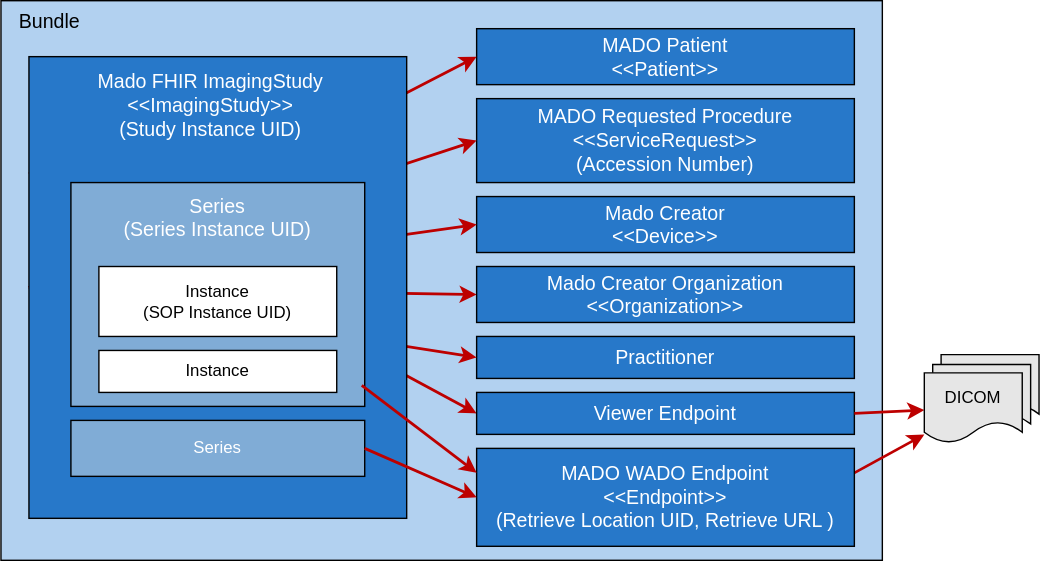
Before: input/images/fhir-manifest-overview.drawio.svg, a diagram exported from draw.io (IHE/RAD.MADO). Source tidied: cells renumbered, new cells last; positions are measured from the earlier drawing's top-left corner, leaving out a move shared by most shapes.
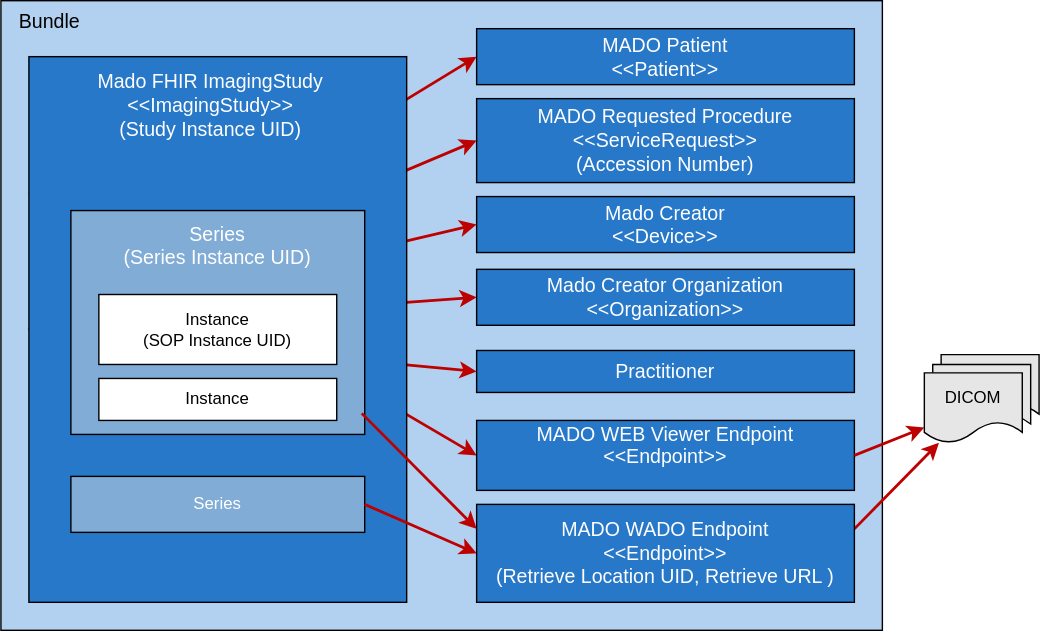
The same file after the commit.

Change to the diagram source:
```diff
@@ -3,7 +3,7 @@
     <mxCell id="0" />
     <mxCell id="1" parent="0" />
     <mxCell id="2" style="whiteSpace=wrap;html=1;fillColor=light-dark(#b2d1f0, #4c6e90);" parent="1" vertex="1">
-      <mxGeometry width="630" height="400" as="geometry" />
+      <mxGeometry width="630" height="450" as="geometry" />
     </mxCell>
     <mxCell id="3" style="endArrow=classic;html=1;strokeColor=#BD0000;strokeWidth=2;entryX=0;entryY=0.5;entryDx=0;entryDy=0;exitX=0;exitY=0.5;exitDx=0;exitDy=0;" parent="1" edge="1" source="22" target="31">
       <mxGeometry relative="1" as="geometry" />
@@ -36,10 +36,10 @@
       <mxGeometry relative="1" as="geometry" />
     </mxCell>
     <mxCell id="13" value="&lt;font style=&quot;color: rgb(255, 255, 255); font-size: 14px;&quot;&gt;MADO WADO Endpoint&lt;/font&gt;&lt;div&gt;&lt;font style=&quot;color: rgb(255, 255, 255); font-size: 14px;&quot;&gt;&amp;lt;&amp;lt;Endpoint&amp;gt;&amp;gt;&lt;/font&gt;&lt;div&gt;&lt;div&gt;&lt;font style=&quot;color: rgb(255, 255, 255); font-size: 14px;&quot;&gt;(Retrieve Location UID, Retrieve URL )&lt;/font&gt;&lt;/div&gt;&lt;/div&gt;&lt;/div&gt;" style="whiteSpace=wrap;html=1;fillColor=#2778C9;" parent="1" vertex="1">
-      <mxGeometry x="340" y="320" width="270" height="70" as="geometry" />
+      <mxGeometry x="340" y="360" width="270" height="70" as="geometry" />
     </mxCell>
-    <mxCell id="14" value="&lt;font style=&quot;color: rgb(255, 255, 255); font-size: 14px;&quot;&gt;Viewer Endpoint&lt;/font&gt;" style="whiteSpace=wrap;html=1;fillColor=#2778C9;" parent="1" vertex="1">
-      <mxGeometry x="340" y="280" width="270" height="30" as="geometry" />
+    <mxCell id="14" value="&lt;font style=&quot;color: rgb(255, 255, 255); font-size: 14px;&quot;&gt;MADO WEB Viewer Endpoint&amp;nbsp;&lt;/font&gt;&lt;div&gt;&lt;font style=&quot;color: rgb(255, 255, 255); font-size: 14px;&quot;&gt;&amp;lt;&amp;lt;Endpoint&amp;gt;&amp;gt;&lt;/font&gt;&lt;div&gt;&lt;br&gt;&lt;/div&gt;&lt;/div&gt;" style="whiteSpace=wrap;html=1;fillColor=#2778C9;" parent="1" vertex="1">
+      <mxGeometry x="340" y="300" width="270" height="50" as="geometry" />
     </mxCell>
     <mxCell id="15" style="endArrow=classic;html=1;strokeColor=#BD0000;strokeWidth=2;exitX=1;exitY=0.5;exitDx=0;exitDy=0;" parent="1" edge="1" source="14" target="19">
       <mxGeometry relative="1" as="geometry" />
@@ -57,31 +57,31 @@
       <mxGeometry y="13" width="70" height="50" as="geometry" />
     </mxCell>
     <mxCell id="20" value="&lt;font style=&quot;color: rgb(255, 255, 255); font-size: 14px;&quot;&gt;Practitioner&lt;/font&gt;" style="whiteSpace=wrap;html=1;fillColor=#2778C9;" parent="1" vertex="1">
-      <mxGeometry x="340" y="240" width="270" height="30" as="geometry" />
+      <mxGeometry x="340" y="250" width="270" height="30" as="geometry" />
     </mxCell>
     <mxCell id="21" style="endArrow=classic;html=1;strokeColor=#BD0000;strokeWidth=2;entryX=0;entryY=0.5;entryDx=0;entryDy=0;exitX=0;exitY=0.5;exitDx=0;exitDy=0;" parent="1" edge="1" source="22" target="20">
       <mxGeometry relative="1" as="geometry" />
     </mxCell>
     <mxCell id="22" style="whiteSpace=wrap;html=1;fillColor=#2778C9;" parent="1" vertex="1">
-      <mxGeometry x="20" y="40" width="270" height="330" as="geometry" />
+      <mxGeometry x="20" y="40" width="270" height="390" as="geometry" />
     </mxCell>
     <mxCell id="23" style="whiteSpace=wrap;html=1;fillColor=#80ACD6;" parent="1" vertex="1">
-      <mxGeometry x="50" y="130" width="210" height="160" as="geometry" />
+      <mxGeometry x="50" y="150" width="210" height="160" as="geometry" />
     </mxCell>
     <mxCell id="24" value="&lt;font style=&quot;color: rgb(255, 255, 255);&quot;&gt;Mado FHIR ImagingStudy&lt;/font&gt;&lt;div&gt;&lt;font style=&quot;color: rgb(255, 255, 255);&quot;&gt;&amp;lt;&amp;lt;ImagingStudy&amp;gt;&amp;gt;&lt;/font&gt;&lt;div&gt;&lt;font style=&quot;color: rgb(255, 255, 255);&quot;&gt;(Study Instance UID)&lt;/font&gt;&lt;/div&gt;&lt;/div&gt;" style="text;html=1;align=center;verticalAlign=middle;whiteSpace=wrap;rounded=0;fontSize=14;" parent="1" vertex="1">
       <mxGeometry x="65" y="60" width="170" height="30" as="geometry" />
     </mxCell>
     <mxCell id="25" value="&lt;font style=&quot;color: rgb(255, 255, 255);&quot;&gt;Series&lt;/font&gt;&lt;div&gt;&lt;font style=&quot;color: rgb(255, 255, 255);&quot;&gt;(Series Instance UID)&lt;/font&gt;&lt;/div&gt;" style="text;html=1;align=center;verticalAlign=middle;whiteSpace=wrap;rounded=0;fontSize=14;" parent="1" vertex="1">
-      <mxGeometry x="60" y="140" width="190" height="30" as="geometry" />
+      <mxGeometry x="60" y="160" width="190" height="30" as="geometry" />
     </mxCell>
     <mxCell id="26" value="Instance&lt;div&gt;(SOP Instance UID)&lt;/div&gt;" style="whiteSpace=wrap;html=1;" parent="1" vertex="1">
-      <mxGeometry x="70" y="190" width="170" height="50" as="geometry" />
+      <mxGeometry x="70" y="210" width="170" height="50" as="geometry" />
     </mxCell>
     <mxCell id="27" value="Instance" style="whiteSpace=wrap;html=1;" parent="1" vertex="1">
-      <mxGeometry x="70" y="250" width="170" height="30" as="geometry" />
+      <mxGeometry x="70" y="270" width="170" height="30" as="geometry" />
     </mxCell>
     <mxCell id="28" value="&lt;font style=&quot;color: rgb(255, 255, 255);&quot;&gt;Series&lt;/font&gt;" style="whiteSpace=wrap;html=1;fillColor=#80ACD6;" parent="1" vertex="1">
-      <mxGeometry x="50" y="300" width="210" height="40" as="geometry" />
+      <mxGeometry x="50" y="340" width="210" height="40" as="geometry" />
     </mxCell>
     <mxCell id="29" style="endArrow=classic;html=1;strokeColor=#BD0000;strokeWidth=2;entryX=0;entryY=0.5;entryDx=0;entryDy=0;exitX=1;exitY=0.5;exitDx=0;exitDy=0;" parent="1" edge="1" source="28" target="13">
       <mxGeometry relative="1" as="geometry" />
@@ -90,7 +90,7 @@
       <mxGeometry relative="1" as="geometry" />
     </mxCell>
     <mxCell id="31" value="&lt;font style=&quot;color: rgb(255, 255, 255); font-size: 14px;&quot;&gt;Mado Creator Organization&lt;/font&gt;&lt;div&gt;&lt;font style=&quot;color: rgb(255, 255, 255); font-size: 14px;&quot;&gt;&amp;lt;&amp;lt;Organization&amp;gt;&amp;gt;&lt;/font&gt;&lt;/div&gt;" style="whiteSpace=wrap;html=1;fillColor=#2778C9;" parent="1" vertex="1">
-      <mxGeometry x="340" y="190" width="270" height="40" as="geometry" />
+      <mxGeometry x="340" y="192" width="270" height="40" as="geometry" />
     </mxCell>
   </root>
 </mxGraphModel>
```
